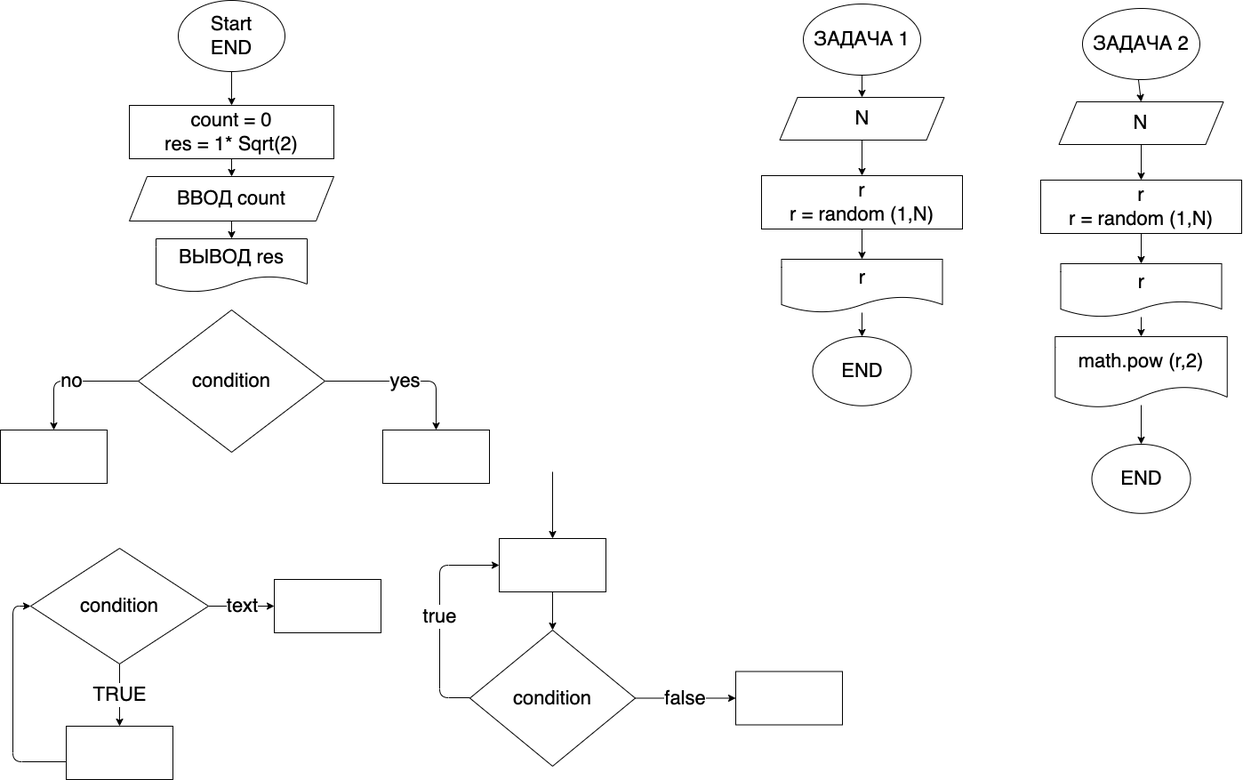
Above: ex000.drawio.png in DiNorva/practice_temp (draw.io), before the change. Source tidied: cells renumbered, new cells last; positions are measured from the earlier drawing's top-left corner, leaving out a move shared by most shapes.
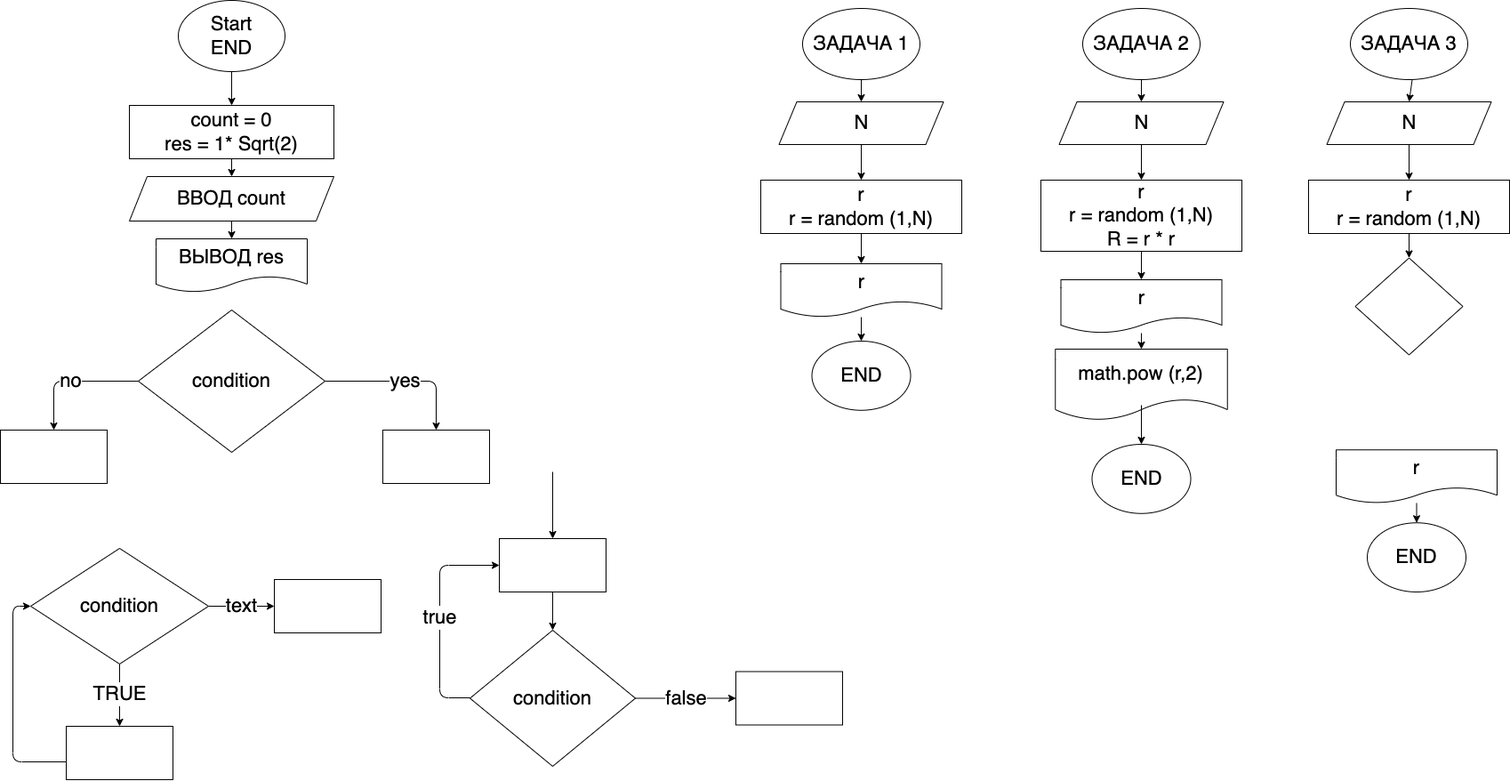
The same diagram one commit later.

Commit message:
Задача 3. Показать на экран случайное число от 1 до N, а потом показать четные числа от 1 до N

Change to the diagram source:
```diff
@@ -103,28 +103,28 @@
       <mxGeometry relative="1" as="geometry" />
     </mxCell>
     <mxCell id="28" value="ЗАДАЧА 1" style="ellipse;whiteSpace=wrap;html=1;fontSize=22;" parent="1" vertex="1">
-      <mxGeometry x="903" y="4" width="132" height="80" as="geometry" />
+      <mxGeometry x="902" y="9" width="132" height="80" as="geometry" />
     </mxCell>
     <mxCell id="29" style="edgeStyle=none;html=1;fontSize=22;" parent="1" edge="1" source="30" target="32">
       <mxGeometry relative="1" as="geometry" />
     </mxCell>
     <mxCell id="30" value="N" style="shape=parallelogram;perimeter=parallelogramPerimeter;whiteSpace=wrap;html=1;fixedSize=1;fontSize=22;" parent="1" vertex="1">
-      <mxGeometry x="876.5" y="109" width="185" height="48" as="geometry" />
+      <mxGeometry x="875.5" y="114" width="185" height="48" as="geometry" />
     </mxCell>
     <mxCell id="31" style="edgeStyle=none;html=1;fontSize=22;" parent="1" edge="1" source="32" target="34">
       <mxGeometry relative="1" as="geometry" />
     </mxCell>
     <mxCell id="32" value="r&lt;br&gt;r = random (1,N)" style="whiteSpace=wrap;html=1;fontSize=22;" parent="1" vertex="1">
-      <mxGeometry x="856" y="197" width="226" height="60" as="geometry" />
+      <mxGeometry x="855" y="202" width="226" height="60" as="geometry" />
     </mxCell>
     <mxCell id="33" style="edgeStyle=none;html=1;fontSize=22;" parent="1" edge="1" source="34" target="35">
       <mxGeometry relative="1" as="geometry" />
     </mxCell>
     <mxCell id="34" value="r" style="shape=document;whiteSpace=wrap;html=1;boundedLbl=1;fontSize=22;" parent="1" vertex="1">
-      <mxGeometry x="878.5" y="291" width="181" height="60" as="geometry" />
+      <mxGeometry x="877.5" y="296" width="181" height="60" as="geometry" />
     </mxCell>
     <mxCell id="35" value="END" style="ellipse;whiteSpace=wrap;html=1;fontSize=22;" parent="1" vertex="1">
-      <mxGeometry x="913.5" y="378" width="111" height="77.8" as="geometry" />
+      <mxGeometry x="912.5" y="383" width="111" height="77.8" as="geometry" />
     </mxCell>
     <mxCell id="36" style="edgeStyle=none;html=1;fontSize=22;" parent="1" edge="1" source="37" target="39">
       <mxGeometry relative="1" as="geometry" />
@@ -141,25 +141,55 @@
     <mxCell id="40" style="edgeStyle=none;html=1;fontSize=22;" parent="1" edge="1" source="41" target="43">
       <mxGeometry relative="1" as="geometry" />
     </mxCell>
-    <mxCell id="41" value="r&lt;br&gt;r = random (1,N)" style="whiteSpace=wrap;html=1;fontSize=22;" parent="1" vertex="1">
-      <mxGeometry x="1170" y="202" width="226" height="60" as="geometry" />
+    <mxCell id="41" value="r&lt;br&gt;r = random (1,N)&lt;br&gt;R = r * r" style="whiteSpace=wrap;html=1;fontSize=22;" parent="1" vertex="1">
+      <mxGeometry x="1170" y="202" width="226" height="80" as="geometry" />
     </mxCell>
     <mxCell id="42" style="edgeStyle=none;html=1;" parent="1" edge="1" source="43" target="45">
       <mxGeometry relative="1" as="geometry" />
     </mxCell>
     <mxCell id="43" value="r" style="shape=document;whiteSpace=wrap;html=1;boundedLbl=1;fontSize=22;" parent="1" vertex="1">
-      <mxGeometry x="1192.5" y="296" width="181" height="60" as="geometry" />
+      <mxGeometry x="1192.5" y="314" width="181" height="60" as="geometry" />
     </mxCell>
     <mxCell id="44" value="END" style="ellipse;whiteSpace=wrap;html=1;fontSize=22;" parent="1" vertex="1">
       <mxGeometry x="1227.5" y="499" width="111" height="77.8" as="geometry" />
     </mxCell>
     <mxCell id="45" value="math.pow (r,2)" style="shape=document;whiteSpace=wrap;html=1;boundedLbl=1;fontSize=22;" parent="1" vertex="1">
-      <mxGeometry x="1186.2" y="378" width="193.5" height="80" as="geometry" />
+      <mxGeometry x="1186.2" y="392" width="193.5" height="80" as="geometry" />
     </mxCell>
     <mxCell id="46" style="endArrow=classic;html=1;entryX=0.5;entryY=0;entryDx=0;entryDy=0;" parent="1" edge="1" target="44">
       <mxGeometry relative="1" as="geometry">
         <mxPoint x="1283" y="455" as="sourcePoint" />
       </mxGeometry>
     </mxCell>
+    <mxCell id="47" style="edgeStyle=none;html=1;fontSize=22;" parent="1" edge="1" source="48" target="50">
+      <mxGeometry relative="1" as="geometry" />
+    </mxCell>
+    <mxCell id="48" value="ЗАДАЧА 3" style="ellipse;whiteSpace=wrap;html=1;fontSize=22;" parent="1" vertex="1">
+      <mxGeometry x="1518" y="9" width="132" height="80" as="geometry" />
+    </mxCell>
+    <mxCell id="49" style="edgeStyle=none;html=1;fontSize=22;" parent="1" edge="1" source="50" target="52">
+      <mxGeometry relative="1" as="geometry" />
+    </mxCell>
+    <mxCell id="50" value="N" style="shape=parallelogram;perimeter=parallelogramPerimeter;whiteSpace=wrap;html=1;fixedSize=1;fontSize=22;" parent="1" vertex="1">
+      <mxGeometry x="1491.5" y="114" width="185" height="48" as="geometry" />
+    </mxCell>
+    <mxCell id="51" style="edgeStyle=none;html=1;" parent="1" edge="1" source="52" target="56">
+      <mxGeometry relative="1" as="geometry" />
+    </mxCell>
+    <mxCell id="52" value="r&lt;br&gt;r = random (1,N)" style="whiteSpace=wrap;html=1;fontSize=22;" parent="1" vertex="1">
+      <mxGeometry x="1471" y="202" width="226" height="60" as="geometry" />
+    </mxCell>
+    <mxCell id="53" style="edgeStyle=none;html=1;fontSize=22;" parent="1" edge="1" source="54" target="55">
+      <mxGeometry relative="1" as="geometry" />
+    </mxCell>
+    <mxCell id="54" value="r" style="shape=document;whiteSpace=wrap;html=1;boundedLbl=1;fontSize=22;" parent="1" vertex="1">
+      <mxGeometry x="1502" y="505.2" width="181" height="60" as="geometry" />
+    </mxCell>
+    <mxCell id="55" value="END" style="ellipse;whiteSpace=wrap;html=1;fontSize=22;" parent="1" vertex="1">
+      <mxGeometry x="1537" y="587.2" width="111" height="77.8" as="geometry" />
+    </mxCell>
+    <mxCell id="56" style="rhombus;whiteSpace=wrap;html=1;fontSize=22;" parent="1" vertex="1">
+      <mxGeometry x="1523.5" y="289.5" width="121" height="109" as="geometry" />
+    </mxCell>
   </root>
 </mxGraphModel>
```
